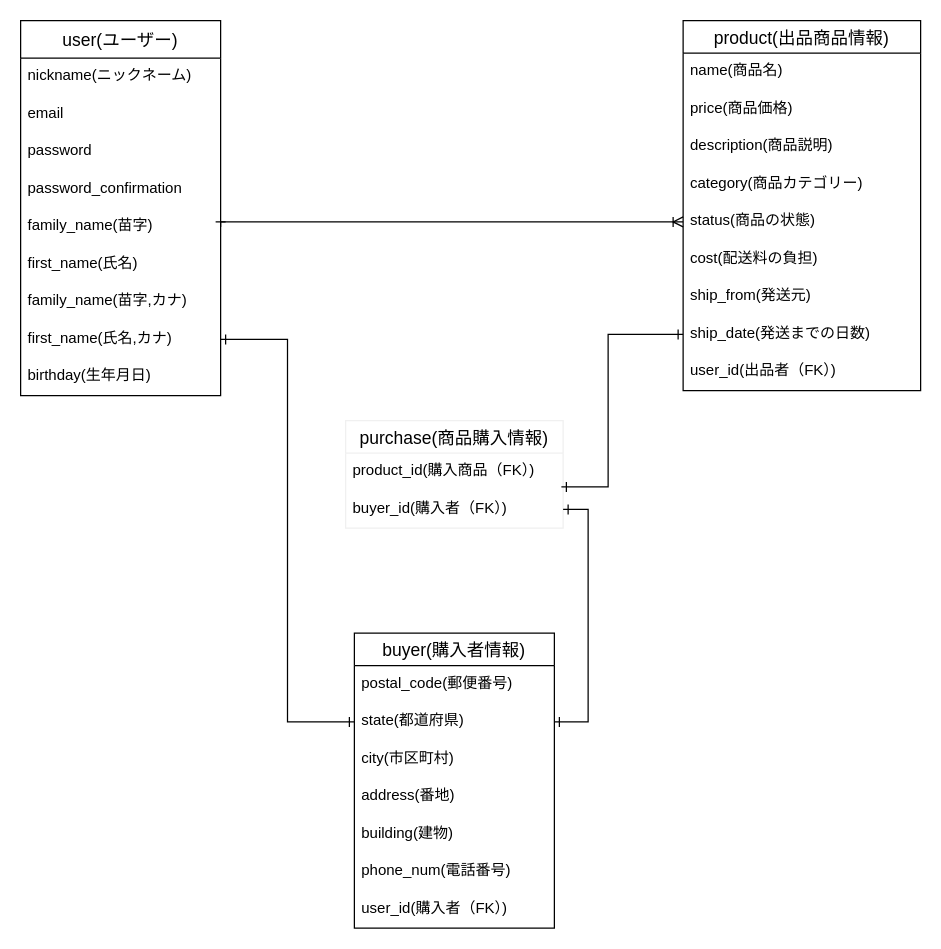
The draw.io diagram ER.dio in zakizakinozaki/furima-34440, before the edit. Source tidied: cells renumbered, new cells numbered last; positions are measured from the earlier drawing's top-left corner, leaving out a move shared by most shapes. Both pictures are drawn from the tidied source at 125%, with x=0, y=0 at pixel (20, 20).
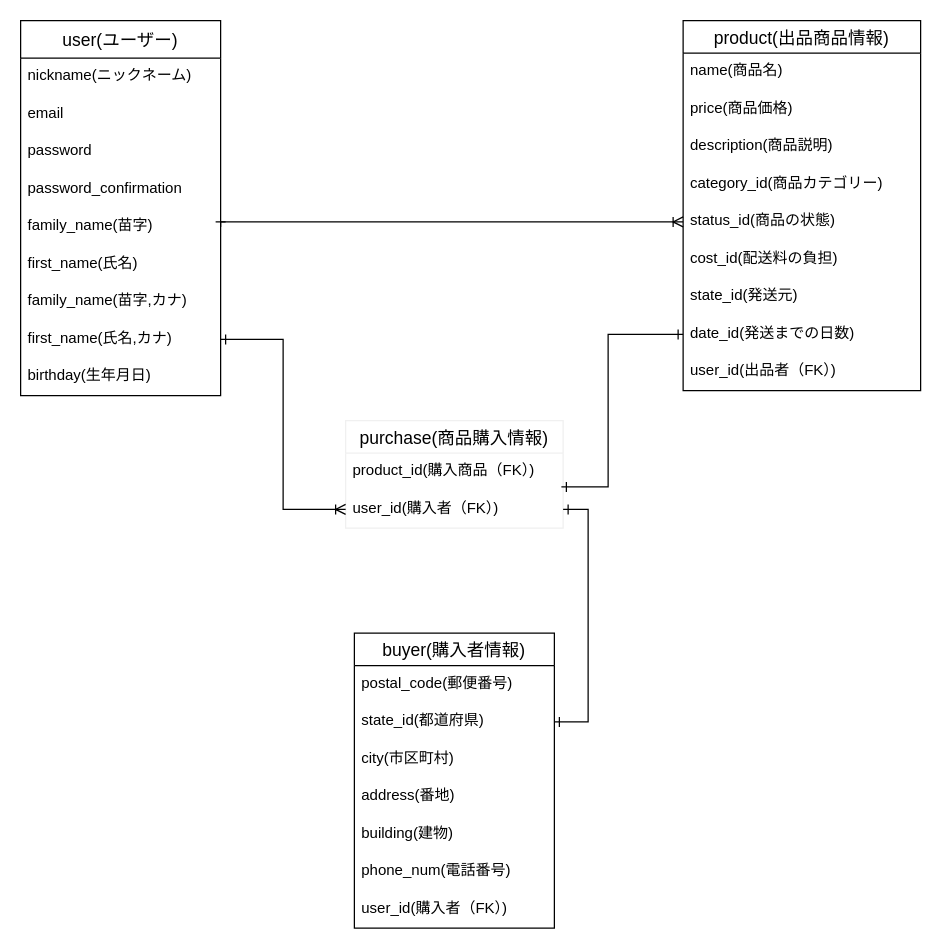
The same diagram, later.

Commit message (it also covers changes not shown here):
テーブルカラム、アソシエーションの修正

The change refers to these unchanged cells:
```xml
<mxCell id="10" value="first_name(氏名,カナ)" style="text;strokeColor=none;fillColor=none;spacingLeft=4;spacingRight=4;overflow=hidden;points=[[0,0.5],[1,0.5]];portConstraint=eastwest;fontSize=12;" parent="2" vertex="1">
  <mxGeometry y="240" width="160" height="30" as="geometry" />
</mxCell>
<mxCell id="12" value="product(出品商品情報)" style="swimlane;fontStyle=0;horizontal=1;startSize=26;align=center;fontSize=14;" parent="1" vertex="1">
  <mxGeometry x="530" width="190" height="296" as="geometry" />
</mxCell>
<mxCell id="22" value="buyer(購入者情報)" style="swimlane;fontStyle=0;horizontal=1;startSize=26;align=center;fontSize=14;" parent="1" vertex="1">
  <mxGeometry x="267" y="490" width="160" height="236" as="geometry" />
</mxCell>
<mxCell id="31" value="purchase(商品購入情報)" style="swimlane;fontStyle=0;horizontal=1;startSize=26;align=center;fontSize=14;strokeColor=#f0f0f0;" parent="1" vertex="1">
  <mxGeometry x="260" y="320" width="174" height="86" as="geometry" />
</mxCell>
```

Change to the diagram source:
```diff
@@
-    <mxCell id="16" value="category(商品カテゴリー)" style="text;strokeColor=none;fillColor=none;spacingLeft=4;spacingRight=4;overflow=hidden;fontSize=12;" parent="12" vertex="1">
+    <mxCell id="16" value="category_id(商品カテゴリー)" style="text;strokeColor=none;fillColor=none;spacingLeft=4;spacingRight=4;overflow=hidden;fontSize=12;" parent="12" vertex="1">
       <mxGeometry y="116" width="190" height="30" as="geometry" />
     </mxCell>
-    <mxCell id="17" value="status(商品の状態)" style="text;strokeColor=none;fillColor=none;spacingLeft=4;spacingRight=4;overflow=hidden;points=[[0,0.5],[1,0.5]];portConstraint=eastwest;fontSize=12;" parent="12" vertex="1">
+    <mxCell id="17" value="status_id(商品の状態)" style="text;strokeColor=none;fillColor=none;spacingLeft=4;spacingRight=4;overflow=hidden;points=[[0,0.5],[1,0.5]];portConstraint=eastwest;fontSize=12;" parent="12" vertex="1">
       <mxGeometry y="146" width="190" height="30" as="geometry" />
     </mxCell>
-    <mxCell id="18" value="cost(配送料の負担)" style="text;strokeColor=none;fillColor=none;spacingLeft=4;spacingRight=4;overflow=hidden;fontSize=12;" parent="12" vertex="1">
+    <mxCell id="18" value="cost_id(配送料の負担)" style="text;strokeColor=none;fillColor=none;spacingLeft=4;spacingRight=4;overflow=hidden;fontSize=12;" parent="12" vertex="1">
       <mxGeometry y="176" width="190" height="30" as="geometry" />
     </mxCell>
-    <mxCell id="19" value="ship_from(発送元)" style="text;strokeColor=none;fillColor=none;spacingLeft=4;spacingRight=4;overflow=hidden;fontSize=12;" parent="12" vertex="1">
+    <mxCell id="19" value="state_id(発送元)" style="text;strokeColor=none;fillColor=none;spacingLeft=4;spacingRight=4;overflow=hidden;fontSize=12;" parent="12" vertex="1">
       <mxGeometry y="206" width="190" height="30" as="geometry" />
     </mxCell>
-    <mxCell id="20" value="ship_date(発送までの日数)" style="text;strokeColor=none;fillColor=none;spacingLeft=4;spacingRight=4;overflow=hidden;points=[[0,0.5],[1,0.5]];portConstraint=eastwest;fontSize=12;" parent="12" vertex="1">
+    <mxCell id="20" value="date_id(発送までの日数)" style="text;strokeColor=none;fillColor=none;spacingLeft=4;spacingRight=4;overflow=hidden;points=[[0,0.5],[1,0.5]];portConstraint=eastwest;fontSize=12;" parent="12" vertex="1">
       <mxGeometry y="236" width="190" height="30" as="geometry" />
     </mxCell>
@@
-    <mxCell id="24" value="state(都道府県)" style="text;strokeColor=none;fillColor=none;spacingLeft=4;spacingRight=4;overflow=hidden;points=[[0,0.5],[1,0.5]];portConstraint=eastwest;fontSize=12;" parent="22" vertex="1">
+    <mxCell id="24" value="state_id(都道府県)" style="text;strokeColor=none;fillColor=none;spacingLeft=4;spacingRight=4;overflow=hidden;points=[[0,0.5],[1,0.5]];portConstraint=eastwest;fontSize=12;" parent="22" vertex="1">
       <mxGeometry y="56" width="160" height="30" as="geometry" />
     </mxCell>
@@
-    <mxCell id="33" value="buyer_id(購入者（FK）)" style="text;strokeColor=none;fillColor=none;spacingLeft=4;spacingRight=4;overflow=hidden;points=[[0,0.5],[1,0.5]];portConstraint=eastwest;fontSize=12;" parent="31" vertex="1">
+    <mxCell id="33" value="user_id(購入者（FK）)" style="text;strokeColor=none;fillColor=none;spacingLeft=4;spacingRight=4;overflow=hidden;points=[[0,0.5],[1,0.5]];portConstraint=eastwest;fontSize=12;" parent="31" vertex="1">
       <mxGeometry y="56" width="174" height="30" as="geometry" />
     </mxCell>
-    <mxCell id="34" style="edgeStyle=orthogonalEdgeStyle;rounded=0;jettySize=auto;html=1;exitX=1;exitY=0.5;exitDx=0;exitDy=0;entryX=0;entryY=0.5;entryDx=0;entryDy=0;startArrow=ERone;startFill=0;endArrow=ERone;endFill=0;" parent="1" edge="1" source="10" target="24">
+    <mxCell id="34" style="edgeStyle=orthogonalEdgeStyle;rounded=0;jettySize=auto;html=1;exitX=1;exitY=0.5;exitDx=0;exitDy=0;entryX=0;entryY=0.5;entryDx=0;entryDy=0;startArrow=ERone;startFill=0;endArrow=ERoneToMany;endFill=0;" parent="1" edge="1" source="10" target="33">
       <mxGeometry relative="1" as="geometry" />
     </mxCell>
```
